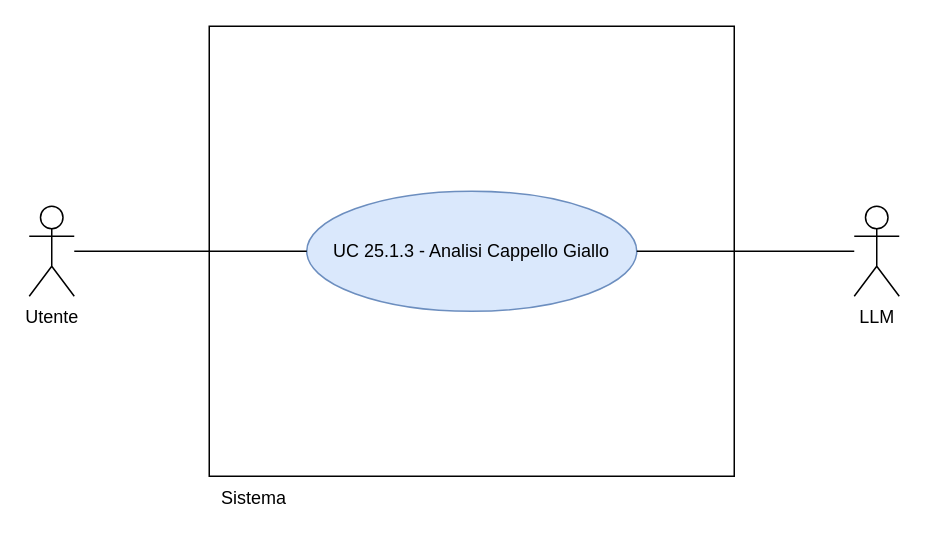
The draw.io diagram RTB/doc_esterna/analisi-dei-requisiti/assets/draw.io/UC25.1.3.drawio in thebitless-group-swe/thebitless.github.io, before the edit. Source tidied: cells renumbered, new cells numbered last; positions are measured from the earlier drawing's top-left corner, leaving out a move shared by most shapes. Both pictures are drawn from the tidied source at 150%, with x=0, y=0 at pixel (28, 26).
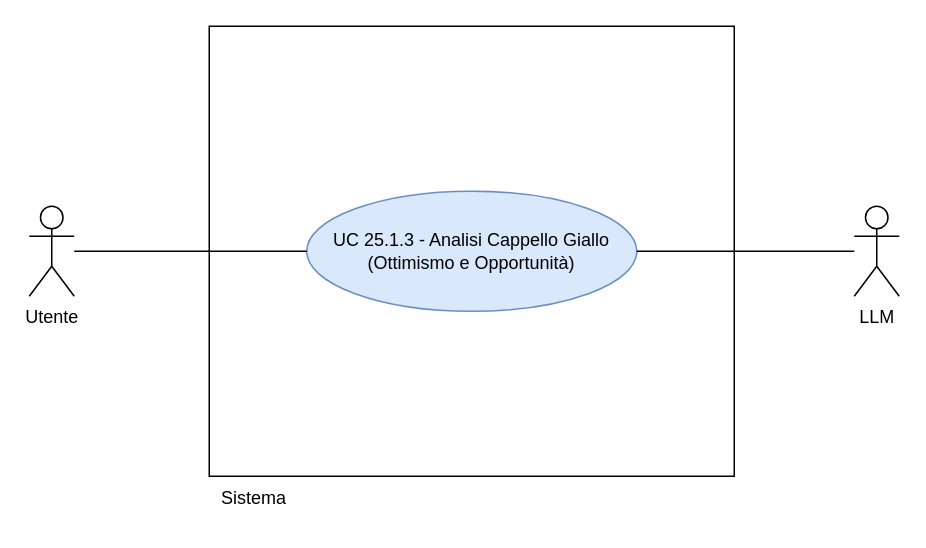
Above is the later version.

The edit, as a diff of the source:
```diff
@@
 <mxGraphModel>
   <root>
     <mxCell id="0" />
     <mxCell id="1" parent="0" />
     <mxCell id="2" value="Utente" style="shape=umlActor;verticalLabelPosition=bottom;verticalAlign=top;html=1;outlineConnect=0;" parent="1" vertex="1">
       <mxGeometry y="120" width="30" height="60" as="geometry" />
     </mxCell>
     <mxCell id="3" value="LLM" style="shape=umlActor;verticalLabelPosition=bottom;verticalAlign=top;html=1;outlineConnect=0;" parent="1" vertex="1">
       <mxGeometry x="550" y="120" width="30" height="60" as="geometry" />
     </mxCell>
     <mxCell id="4" style="whiteSpace=wrap;html=1;" parent="1" vertex="1">
       <mxGeometry x="120" width="350" height="300" as="geometry" />
     </mxCell>
     <mxCell id="5" value="Sistema" style="text;html=1;whiteSpace=wrap;strokeColor=none;fillColor=none;align=center;verticalAlign=middle;rounded=0;" parent="1" vertex="1">
       <mxGeometry x="120" y="300" width="60" height="30" as="geometry" />
     </mxCell>
-    <mxCell id="6" value="UC 25.1.3 - Analisi Cappello Giallo" style="ellipse;whiteSpace=wrap;html=1;fillColor=#dae8fc;strokeColor=#6c8ebf;" parent="1" vertex="1">
+    <mxCell id="6" value="UC 25.1.3 - Analisi Cappello Giallo&lt;div&gt;(Ottimismo e Opportunità)&lt;/div&gt;" style="ellipse;whiteSpace=wrap;html=1;fillColor=#dae8fc;strokeColor=#6c8ebf;" parent="1" vertex="1">
       <mxGeometry x="185" y="110" width="220" height="80" as="geometry" />
     </mxCell>
     <mxCell id="7" style="edgeStyle=none;rounded=0;jettySize=auto;html=1;endArrow=none;endFill=0;" parent="1" edge="1" source="2" target="6">
       <mxGeometry relative="1" as="geometry" />
     </mxCell>
     <mxCell id="8" style="edgeStyle=none;rounded=0;jettySize=auto;html=1;endArrow=none;endFill=0;" parent="1" edge="1" source="3" target="6">
       <mxGeometry relative="1" as="geometry" />
     </mxCell>
   </root>
 </mxGraphModel>
```
